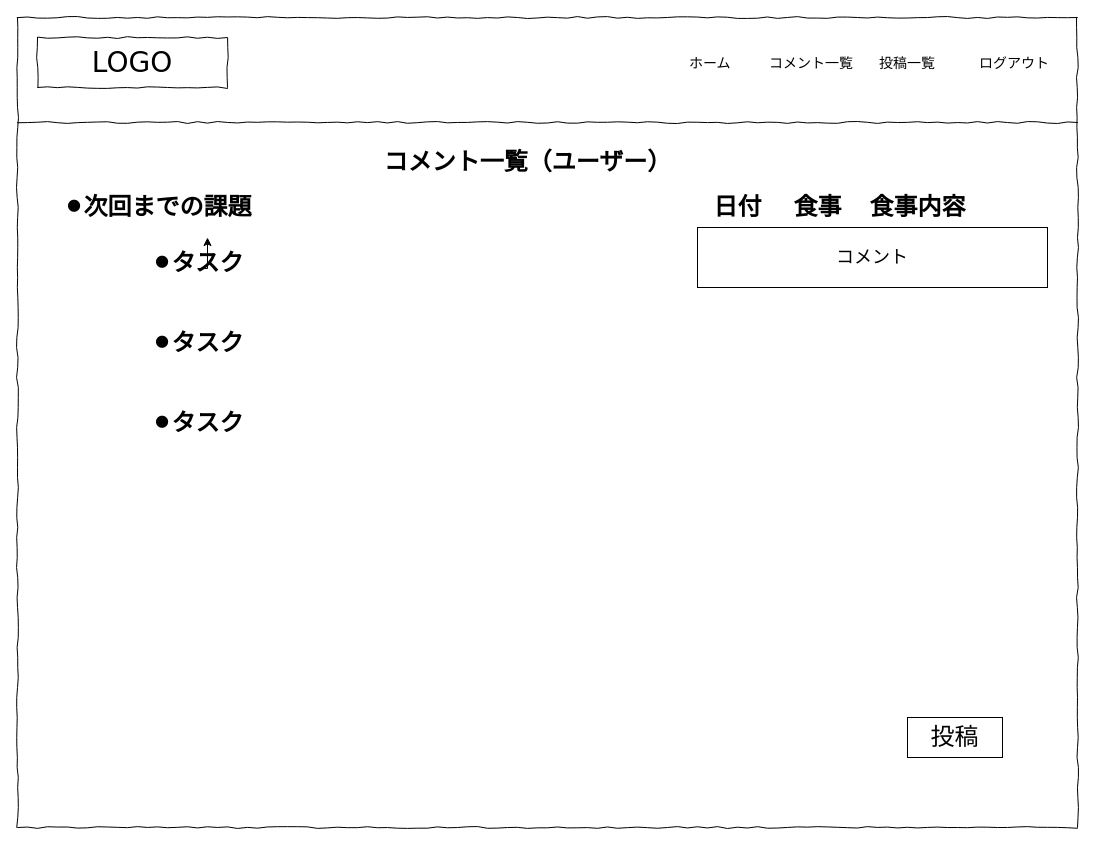
This is page "マイページ" (6 of 6) of 名称未設定ファイル.drawio from vermouthA28/-Meal_guidance_todo, a draw.io file, before an edit. Source tidied: cells renumbered, new cells numbered last; positions are measured from the earlier drawing's top-left corner, leaving out a move shared by most shapes. Both pictures are drawn from the tidied source at 100%, with x=0, y=0 at pixel (17, 17).
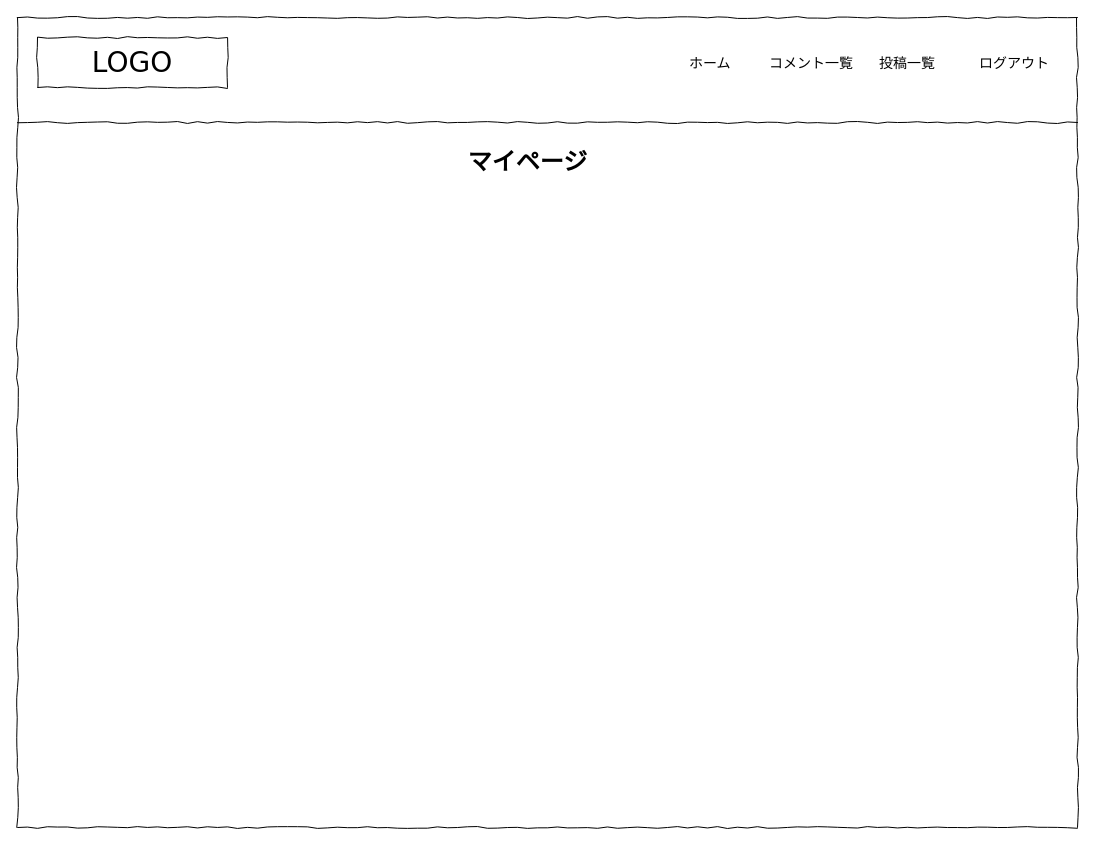
After the change.

What changed in the source:
```diff
@@
 <mxGraphModel>
   <root>
     <mxCell id="0" />
     <mxCell id="1" parent="0" />
     <mxCell id="2" style="whiteSpace=wrap;html=1;rounded=0;shadow=0;labelBackgroundColor=none;strokeColor=#000000;strokeWidth=1;fillColor=none;fontFamily=Verdana;fontSize=12;fontColor=#000000;align=center;comic=1;" parent="1" vertex="1">
       <mxGeometry width="1060" height="810" as="geometry" />
     </mxCell>
     <mxCell id="3" value="LOGO" style="whiteSpace=wrap;html=1;rounded=0;shadow=0;labelBackgroundColor=none;strokeWidth=1;fontFamily=Verdana;fontSize=28;align=center;comic=1;" parent="1" vertex="1">
       <mxGeometry x="20" y="20" width="190" height="50" as="geometry" />
     </mxCell>
     <mxCell id="4" value="ホーム&lt;br&gt;" style="text;html=1;align=left;verticalAlign=top;spacingTop=-4;fontSize=14;fontFamily=Verdana;" parent="1" vertex="1">
       <mxGeometry x="670" y="35" width="60" height="20" as="geometry" />
     </mxCell>
     <mxCell id="5" value="投稿一覧" style="text;html=1;align=left;verticalAlign=top;spacingTop=-4;fontSize=14;fontFamily=Verdana;" parent="1" vertex="1">
       <mxGeometry x="860" y="35" width="60" height="20" as="geometry" />
     </mxCell>
     <mxCell id="6" value="ログアウト" style="text;html=1;align=left;verticalAlign=top;spacingTop=-4;fontSize=14;fontFamily=Verdana;" parent="1" vertex="1">
       <mxGeometry x="960" y="35" width="60" height="20" as="geometry" />
     </mxCell>
     <mxCell id="7" style="line;strokeWidth=1;html=1;rounded=0;shadow=0;labelBackgroundColor=none;fillColor=none;fontFamily=Verdana;fontSize=14;fontColor=#000000;align=center;comic=1;" parent="1" vertex="1">
       <mxGeometry y="100" width="1060" height="10" as="geometry" />
     </mxCell>
-    <mxCell id="8" value="コメント一覧（ユーザー）" style="text;strokeColor=none;fillColor=none;html=1;fontSize=24;fontStyle=1;verticalAlign=middle;align=center;" parent="1" vertex="1">
+    <mxCell id="8" value="マイページ" style="text;strokeColor=none;fillColor=none;html=1;fontSize=24;fontStyle=1;verticalAlign=middle;align=center;" parent="1" vertex="1">
       <mxGeometry x="460" y="100" width="100" height="90" as="geometry" />
     </mxCell>
-    <mxCell id="9" value="&lt;br&gt;⚫︎タスク" style="text;strokeColor=none;fillColor=none;html=1;fontSize=24;fontStyle=1;verticalAlign=middle;align=center;" parent="1" vertex="1">
-      <mxGeometry x="130" y="210" width="100" height="41" as="geometry" />
-    </mxCell>
-    <mxCell id="10" value="&lt;br&gt;⚫︎タスク" style="text;strokeColor=none;fillColor=none;html=1;fontSize=24;fontStyle=1;verticalAlign=middle;align=center;" parent="1" vertex="1">
-      <mxGeometry x="130" y="290" width="100" height="41" as="geometry" />
-    </mxCell>
-    <mxCell id="11" value="&lt;br&gt;⚫︎タスク" style="text;strokeColor=none;fillColor=none;html=1;fontSize=24;fontStyle=1;verticalAlign=middle;align=center;" parent="1" vertex="1">
-      <mxGeometry x="130" y="370" width="100" height="41" as="geometry" />
-    </mxCell>
-    <mxCell id="12" style="edgeStyle=orthogonalEdgeStyle;rounded=0;orthogonalLoop=1;jettySize=auto;html=1;exitX=0.5;exitY=1;exitDx=0;exitDy=0;entryX=0.6;entryY=0.244;entryDx=0;entryDy=0;entryPerimeter=0;" parent="1" edge="1" source="9" target="9">
-      <mxGeometry relative="1" as="geometry" />
-    </mxCell>
-    <mxCell id="13" value="日付" style="text;strokeColor=none;fillColor=none;html=1;fontSize=24;fontStyle=1;verticalAlign=middle;align=center;" parent="1" vertex="1">
-      <mxGeometry x="670" y="170" width="100" height="40" as="geometry" />
-    </mxCell>
-    <mxCell id="14" value="食事" style="text;strokeColor=none;fillColor=none;html=1;fontSize=24;fontStyle=1;verticalAlign=middle;align=center;" parent="1" vertex="1">
-      <mxGeometry x="750" y="170" width="100" height="40" as="geometry" />
-    </mxCell>
-    <mxCell id="15" value="食事内容" style="text;strokeColor=none;fillColor=none;html=1;fontSize=24;fontStyle=1;verticalAlign=middle;align=center;" parent="1" vertex="1">
-      <mxGeometry x="850" y="170" width="100" height="40" as="geometry" />
-    </mxCell>
-    <mxCell id="16" value="&lt;font style=&quot;font-size: 24px;&quot;&gt;投稿&lt;/font&gt;" style="rounded=0;whiteSpace=wrap;html=1;" parent="1" vertex="1">
-      <mxGeometry x="890" y="700" width="95" height="40" as="geometry" />
-    </mxCell>
     <mxCell id="17" value="コメント一覧" style="text;html=1;align=left;verticalAlign=top;spacingTop=-4;fontSize=14;fontFamily=Verdana;" parent="1" vertex="1">
       <mxGeometry x="750" y="35" width="60" height="20" as="geometry" />
     </mxCell>
-    <mxCell id="18" value="&lt;font style=&quot;font-size: 18px;&quot;&gt;コメント&lt;/font&gt;" style="rounded=0;whiteSpace=wrap;html=1;" parent="1" vertex="1">
-      <mxGeometry x="680" y="210" width="350" height="60" as="geometry" />
-    </mxCell>
-    <mxCell id="19" value="⚫︎次回までの課題" style="text;strokeColor=none;fillColor=none;html=1;fontSize=24;fontStyle=1;verticalAlign=middle;align=center;" parent="1" vertex="1">
-      <mxGeometry x="90" y="170" width="100" height="40" as="geometry" />
-    </mxCell>
   </root>
 </mxGraphModel>
```
